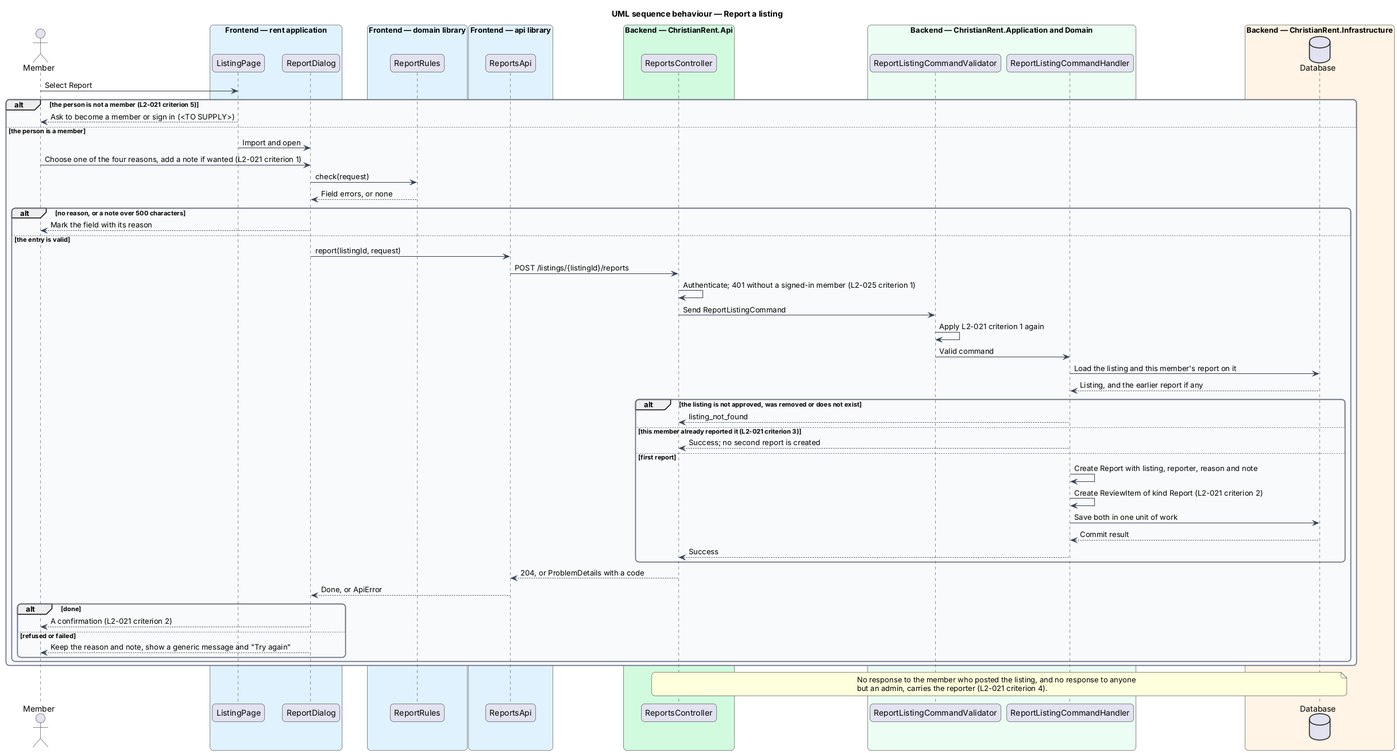
QuinntyneBrown/christian-rent keeps this PlantUML diagram as docs/detailed-designs/review-queue/report-listing/diagrams/sequence-report-listing.png. Above is the earlier version. The source it was exported from:
```plantuml
@startuml
title UML sequence behaviour — Report a listing
skinparam backgroundColor #FFFFFF
skinparam shadowing false
skinparam roundcorner 12
skinparam defaultFontName Arial
skinparam ArrowColor #344054
skinparam rectangle {
  BorderColor #344054
  FontColor #101828
}
skinparam package {
  BorderColor #667085
  FontColor #101828
  BackgroundColor #F9FAFB
}
actor "Member" as actor
box "Frontend — rent application" #E0F2FE
  participant "ListingPage" as page
  participant "ReportDialog" as dialog
end box
box "Frontend — domain library" #E0F2FE
  participant "ReportRules" as rules
end box
box "Frontend — api library" #E0F2FE
  participant "ReportsApi" as client
end box
box "Backend — ChristianRent.Api" #D1FADF
  participant "ReportsController" as controller
end box
box "Backend — ChristianRent.Application and Domain" #ECFDF3
  participant "ReportListingCommandValidator" as validator
  participant "ReportListingCommandHandler" as handler
end box
box "Backend — ChristianRent.Infrastructure" #FFF4E5
  database "Database" as db
end box
actor -> page : Select Report
alt the person is not a member (L2-021 criterion 5)
  page --> actor : Ask to become a member or sign in (<TO SUPPLY>)
else the person is a member
  page -> dialog : Import and open
  actor -> dialog : Choose one of the four reasons, add a note if wanted (L2-021 criterion 1)
  dialog -> rules : check(request)
  rules --> dialog : Field errors, or none
  alt no reason, or a note over 500 characters
    dialog --> actor : Mark the field with its reason
  else the entry is valid
    dialog -> client : report(listingId, request)
    client -> controller : POST /listings/{listingId}/reports
    controller -> controller : Authenticate; 401 without a signed-in member (L2-025 criterion 1)
    controller -> validator : Send ReportListingCommand
    validator -> validator : Apply L2-021 criterion 1 again
    validator -> handler : Valid command
    handler -> db : Load the listing and this member's report on it
    db --> handler : Listing, and the earlier report if any
    alt the listing is not approved, was removed or does not exist
      handler --> controller : listing_not_found
    else this member already reported it (L2-021 criterion 3)
      handler --> controller : Success; no second report is created
    else first report
      handler -> handler : Create Report with listing, reporter, reason and note
      handler -> handler : Create ReviewItem of kind Report (L2-021 criterion 2)
      handler -> db : Save both in one unit of work
      db --> handler : Commit result
      handler --> controller : Success
    end
    controller --> client : 204, or ProblemDetails with a code
    client --> dialog : Done, or ApiError
    alt done
      dialog --> actor : A confirmation (L2-021 criterion 2)
    else refused or failed
      dialog --> actor : Keep the reason and note, show a generic message and "Try again"
    end
  end
end
note over controller, db
  No response to the member who posted the listing, and no response to anyone
  but an admin, carries the reporter (L2-021 criterion 4).
end note
@enduml
```
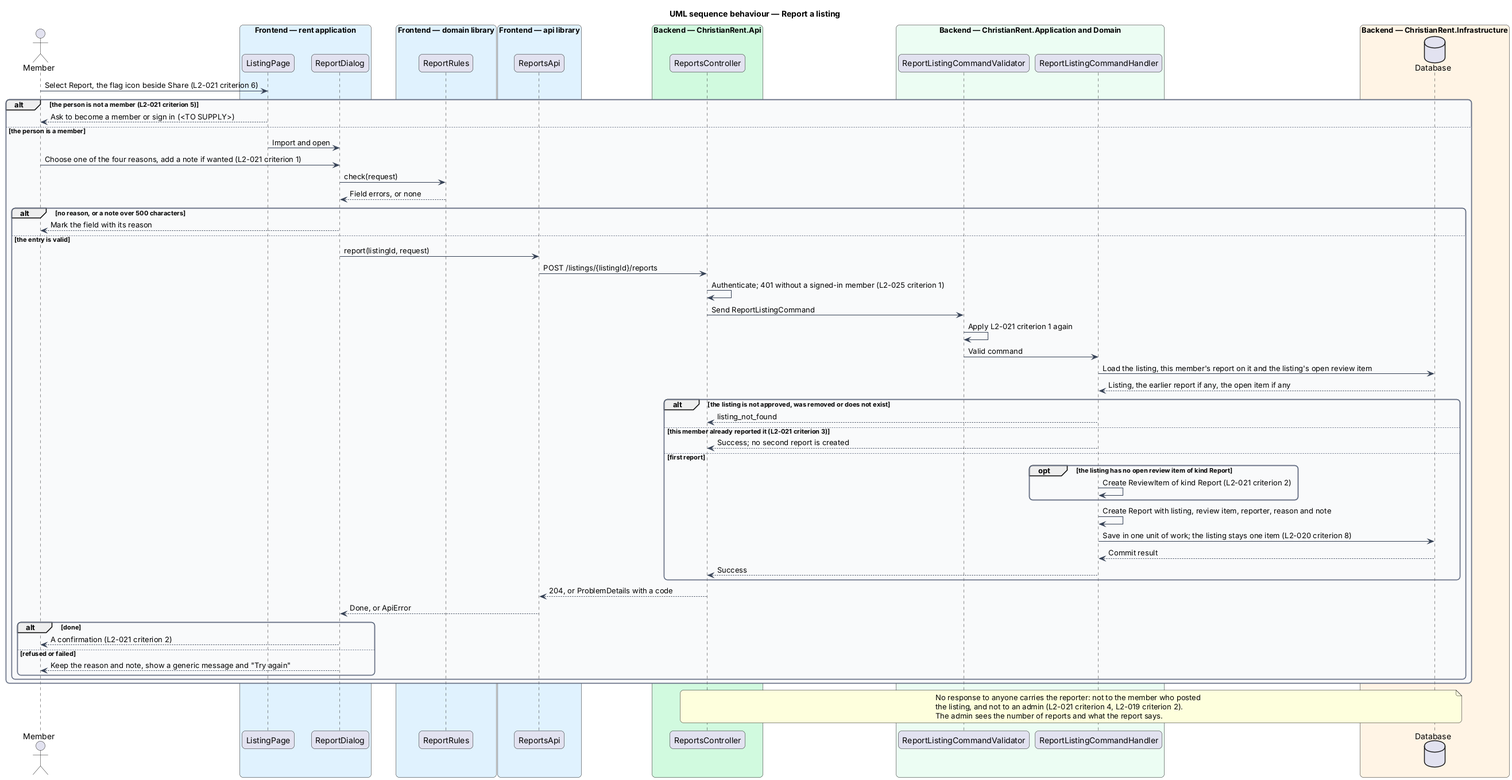
Later version of the same file.

What changed in the source:
```diff
@@ -35,7 +35,7 @@
 box "Backend — ChristianRent.Infrastructure" #FFF4E5
   database "Database" as db
 end box
-actor -> page : Select Report
+actor -> page : Select Report, the flag icon beside Share (L2-021 criterion 6)
 alt the person is not a member (L2-021 criterion 5)
   page --> actor : Ask to become a member or sign in (<TO SUPPLY>)
 else the person is a member
@@ -52,16 +52,18 @@
     controller -> validator : Send ReportListingCommand
     validator -> validator : Apply L2-021 criterion 1 again
     validator -> handler : Valid command
-    handler -> db : Load the listing and this member's report on it
-    db --> handler : Listing, and the earlier report if any
+    handler -> db : Load the listing, this member's report on it and the listing's open review item
+    db --> handler : Listing, the earlier report if any, the open item if any
     alt the listing is not approved, was removed or does not exist
       handler --> controller : listing_not_found
     else this member already reported it (L2-021 criterion 3)
       handler --> controller : Success; no second report is created
     else first report
-      handler -> handler : Create Report with listing, reporter, reason and note
-      handler -> handler : Create ReviewItem of kind Report (L2-021 criterion 2)
-      handler -> db : Save both in one unit of work
+      opt the listing has no open review item of kind Report
+        handler -> handler : Create ReviewItem of kind Report (L2-021 criterion 2)
+      end
+      handler -> handler : Create Report with listing, review item, reporter, reason and note
+      handler -> db : Save in one unit of work; the listing stays one item (L2-020 criterion 8)
       db --> handler : Commit result
       handler --> controller : Success
     end
@@ -75,7 +77,8 @@
   end
 end
 note over controller, db
-  No response to the member who posted the listing, and no response to anyone
-  but an admin, carries the reporter (L2-021 criterion 4).
+  No response to anyone carries the reporter: not to the member who posted
+  the listing, and not to an admin (L2-021 criterion 4, L2-019 criterion 2).
+  The admin sees the number of reports and what the report says.
 end note
 @enduml
```
